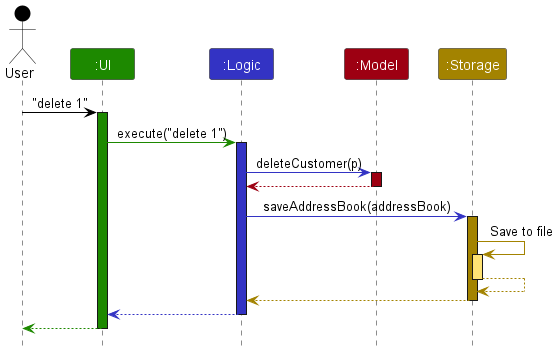
nus-cs2103-AY2223S1/tp keeps this PlantUML diagram as docs/images/ArchitectureSequenceDiagram.png. Above is the earlier version.
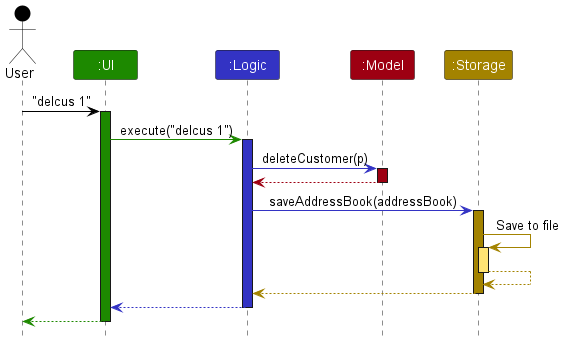
The same file after the commit.

The edit, as a diff of the source:
```diff
@@ -7,10 +7,10 @@
 Participant ":Model" as model MODEL_COLOR
 Participant ":Storage" as storage STORAGE_COLOR
 
-user -[USER_COLOR]> ui : "delete 1"
+user -[USER_COLOR]> ui : "delcus 1"
 activate ui UI_COLOR
 
-ui -[UI_COLOR]> logic : execute("delete 1")
+ui -[UI_COLOR]> logic : execute("delcus 1")
 activate logic LOGIC_COLOR
 
 logic -[LOGIC_COLOR]> model : deleteCustomer(p)
```
